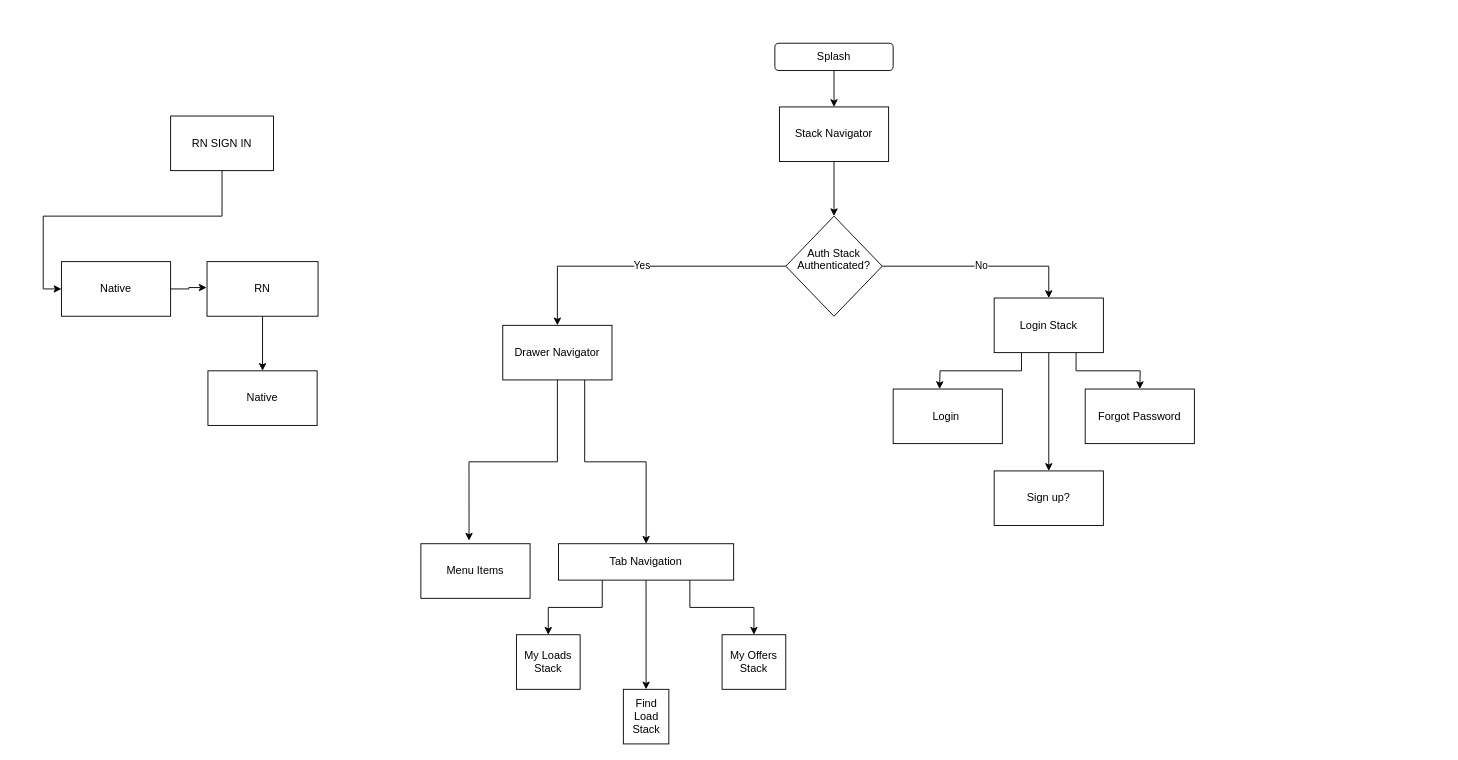
Above: navigation.drawio in beesnat-chr/navigation_diagram (draw.io), before the change. Source tidied: cells renumbered, new cells numbered last; positions are measured from the earlier drawing's top-left corner, leaving out a move shared by most shapes. Both pictures are drawn from the tidied source at 91%, with x=0, y=0 at pixel (61, 43).
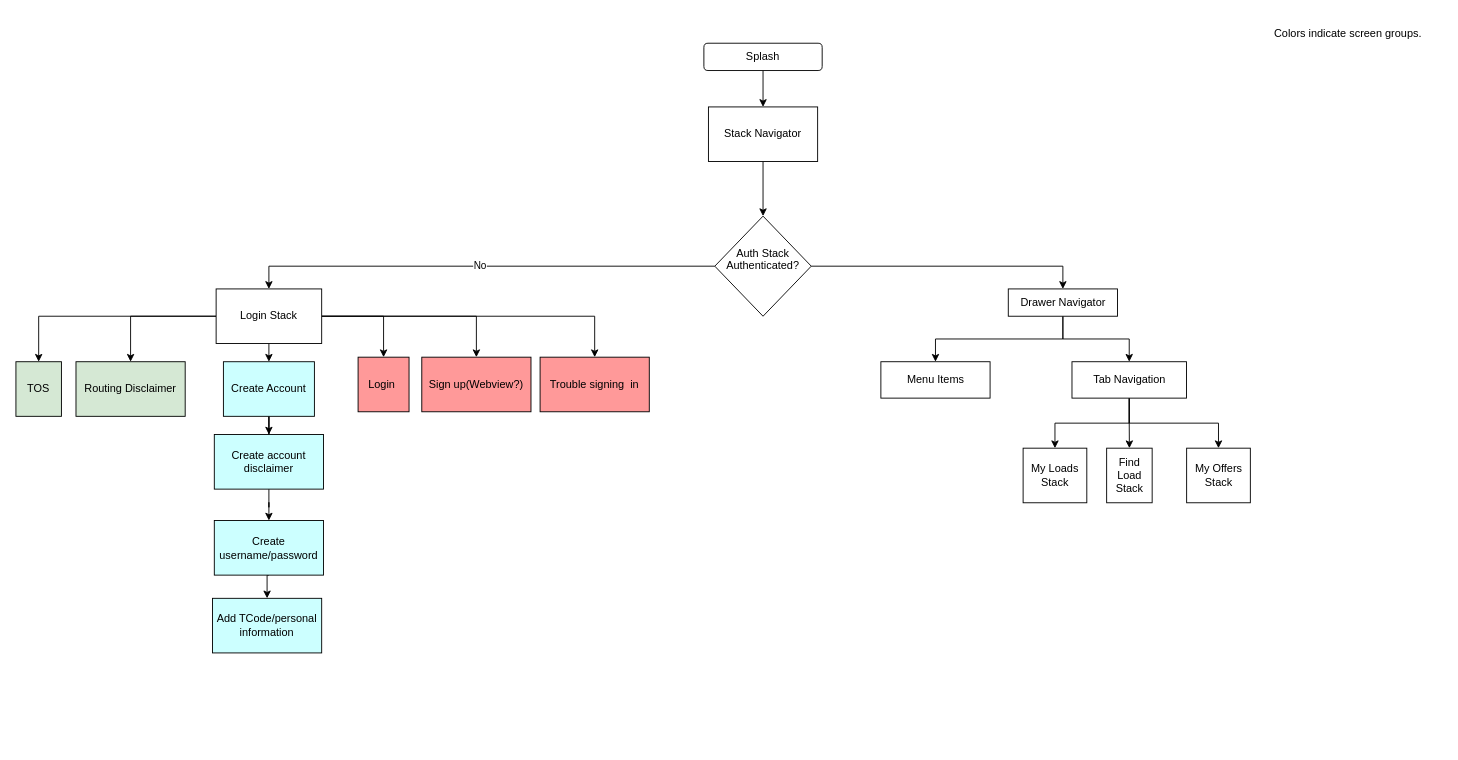
The same diagram, later.

Change to the diagram source:
```diff
@@
     <mxCell id="3" value="Stack Navigator" style="whiteSpace=wrap;html=1;" parent="1" vertex="1">
-      <mxGeometry x="789" y="70" width="120" height="60" as="geometry" />
+      <mxGeometry x="711" y="70" width="120" height="60" as="geometry" />
     </mxCell>
@@
     <mxCell id="5" value="Splash" style="rounded=1;whiteSpace=wrap;html=1;" parent="1" vertex="1">
-      <mxGeometry x="784" width="130" height="30" as="geometry" />
+      <mxGeometry x="706" width="130" height="30" as="geometry" />
     </mxCell>
+    <mxCell id="7" value="No" style="edgeStyle=orthogonalEdgeStyle;rounded=0;jettySize=auto;html=1;exitX=0;exitY=0.5;exitDx=0;exitDy=0;entryX=0.5;entryY=0;entryDx=0;entryDy=0;fontColor=#000000;strokeColor=#000;" parent="1" edge="1" source="8" target="23">
+      <mxGeometry relative="1" as="geometry" />
+    </mxCell>
-    <mxCell id="6" value="Yes" style="edgeStyle=orthogonalEdgeStyle;rounded=0;jettySize=auto;html=1;exitX=0;exitY=0.5;exitDx=0;exitDy=0;entryX=0.5;entryY=0;entryDx=0;entryDy=0;" parent="1" edge="1" source="8" target="11">
-      <mxGeometry relative="1" as="geometry">
-        <Array as="points">
-          <mxPoint x="545" y="245" />
-        </Array>
-      </mxGeometry>
+    <mxCell id="6" style="edgeStyle=orthogonalEdgeStyle;rounded=0;jettySize=auto;html=1;entryX=0.5;entryY=0;entryDx=0;entryDy=0;fontColor=#000000;strokeColor=#000;" parent="1" edge="1" source="8" target="11">
+      <mxGeometry relative="1" as="geometry" />
     </mxCell>
-    <mxCell id="7" value="No" style="edgeStyle=orthogonalEdgeStyle;rounded=0;jettySize=auto;html=1;exitX=1;exitY=0.5;exitDx=0;exitDy=0;entryX=0.5;entryY=0;entryDx=0;entryDy=0;" parent="1" edge="1" source="8" target="23">
-      <mxGeometry relative="1" as="geometry" />
-    </mxCell>
     <mxCell id="8" value="Auth Stack&lt;br&gt;Authenticated?&lt;br&gt;&amp;nbsp;" style="rhombus;whiteSpace=wrap;html=1;" parent="1" vertex="1">
-      <mxGeometry x="796" y="190" width="106" height="110" as="geometry" />
+      <mxGeometry x="718" y="190" width="106" height="110" as="geometry" />
     </mxCell>
+    <mxCell id="10" style="edgeStyle=orthogonalEdgeStyle;rounded=0;jettySize=auto;html=1;exitX=0.5;exitY=1;exitDx=0;exitDy=0;entryX=0.5;entryY=0;entryDx=0;entryDy=0;fontColor=#000000;strokeColor=#000;" parent="1" edge="1" source="11" target="15">
+      <mxGeometry relative="1" as="geometry" />
+    </mxCell>
-    <mxCell id="9" style="edgeStyle=orthogonalEdgeStyle;rounded=0;jettySize=auto;html=1;exitX=0.5;exitY=1;exitDx=0;exitDy=0;entryX=0.441;entryY=-0.056;entryDx=0;entryDy=0;entryPerimeter=0;" parent="1" edge="1" source="11" target="19">
+    <mxCell id="9" style="edgeStyle=orthogonalEdgeStyle;rounded=0;jettySize=auto;html=1;exitX=0.5;exitY=1;exitDx=0;exitDy=0;entryX=0.5;entryY=0;entryDx=0;entryDy=0;fontColor=#000000;strokeColor=#000;" parent="1" edge="1" source="11" target="19">
       <mxGeometry relative="1" as="geometry" />
     </mxCell>
-    <mxCell id="10" style="edgeStyle=orthogonalEdgeStyle;rounded=0;jettySize=auto;html=1;exitX=0.75;exitY=1;exitDx=0;exitDy=0;" parent="1" edge="1" source="11" target="15">
-      <mxGeometry relative="1" as="geometry" />
-    </mxCell>
     <mxCell id="11" value="Drawer Navigator" style="rounded=0;whiteSpace=wrap;html=1;" parent="1" vertex="1">
-      <mxGeometry x="485" y="310" width="120" height="60" as="geometry" />
+      <mxGeometry x="1040.5" y="270" width="120" height="30" as="geometry" />
     </mxCell>
+    <mxCell id="13" style="edgeStyle=orthogonalEdgeStyle;rounded=0;jettySize=auto;html=1;exitX=0.5;exitY=1;exitDx=0;exitDy=0;entryX=0.5;entryY=0;entryDx=0;entryDy=0;" parent="1" edge="1" source="15" target="17">
+      <mxGeometry relative="1" as="geometry" />
+    </mxCell>
-    <mxCell id="12" style="edgeStyle=orthogonalEdgeStyle;rounded=0;jettySize=auto;html=1;exitX=0.25;exitY=1;exitDx=0;exitDy=0;entryX=0.5;entryY=0;entryDx=0;entryDy=0;" parent="1" edge="1" source="15" target="16">
+    <mxCell id="12" style="edgeStyle=orthogonalEdgeStyle;rounded=0;jettySize=auto;html=1;exitX=0.5;exitY=1;exitDx=0;exitDy=0;entryX=0.5;entryY=0;entryDx=0;entryDy=0;fontColor=#000000;strokeColor=#000;" parent="1" edge="1" source="15" target="16">
       <mxGeometry relative="1" as="geometry" />
     </mxCell>
-    <mxCell id="13" style="edgeStyle=orthogonalEdgeStyle;rounded=0;jettySize=auto;html=1;exitX=0.5;exitY=1;exitDx=0;exitDy=0;entryX=0.5;entryY=0;entryDx=0;entryDy=0;" parent="1" edge="1" source="15" target="17">
-      <mxGeometry relative="1" as="geometry" />
-    </mxCell>
-    <mxCell id="14" style="edgeStyle=orthogonalEdgeStyle;rounded=0;jettySize=auto;html=1;exitX=0.75;exitY=1;exitDx=0;exitDy=0;entryX=0.5;entryY=0;entryDx=0;entryDy=0;" parent="1" edge="1" source="15" target="18">
+    <mxCell id="14" style="edgeStyle=orthogonalEdgeStyle;rounded=0;jettySize=auto;html=1;exitX=0.5;exitY=1;exitDx=0;exitDy=0;fontColor=#000000;strokeColor=#000;" parent="1" edge="1" source="15" target="18">
       <mxGeometry relative="1" as="geometry" />
     </mxCell>
     <mxCell id="15" value="Tab Navigation" style="rounded=0;whiteSpace=wrap;html=1;" parent="1" vertex="1">
-      <mxGeometry x="546.2" y="550" width="192.5" height="40" as="geometry" />
+      <mxGeometry x="1110.5" y="350" width="125.8" height="40" as="geometry" />
     </mxCell>
     <mxCell id="16" value="My Loads Stack" style="rounded=0;whiteSpace=wrap;html=1;" parent="1" vertex="1">
-      <mxGeometry x="500" y="650" width="70" height="60" as="geometry" />
+      <mxGeometry x="1056.8" y="445" width="70" height="60" as="geometry" />
     </mxCell>
     <mxCell id="17" value="Find Load Stack" style="rounded=0;whiteSpace=wrap;html=1;" parent="1" vertex="1">
-      <mxGeometry x="617.5" y="710" width="50" height="60" as="geometry" />
+      <mxGeometry x="1148.6" y="445" width="50" height="60" as="geometry" />
     </mxCell>
     <mxCell id="18" value="My Offers Stack" style="rounded=0;whiteSpace=wrap;html=1;" parent="1" vertex="1">
-      <mxGeometry x="726" y="650" width="70" height="60" as="geometry" />
+      <mxGeometry x="1236.5" y="445" width="70" height="60" as="geometry" />
     </mxCell>
     <mxCell id="19" value="Menu Items" style="rounded=0;whiteSpace=wrap;html=1;" parent="1" vertex="1">
-      <mxGeometry x="395" y="550" width="120" height="60" as="geometry" />
+      <mxGeometry x="900.5" y="350" width="120" height="40" as="geometry" />
     </mxCell>
-    <mxCell id="20" style="edgeStyle=orthogonalEdgeStyle;rounded=0;jettySize=auto;html=1;exitX=0.25;exitY=1;exitDx=0;exitDy=0;" parent="1" edge="1" source="23">
-      <mxGeometry relative="1" as="geometry">
-        <mxPoint x="965" y="380" as="targetPoint" />
-      </mxGeometry>
-    </mxCell>
-    <mxCell id="21" style="edgeStyle=orthogonalEdgeStyle;rounded=0;jettySize=auto;html=1;exitX=0.75;exitY=1;exitDx=0;exitDy=0;" parent="1" edge="1" source="23">
-      <mxGeometry relative="1" as="geometry">
-        <mxPoint x="1185" y="380" as="targetPoint" />
-      </mxGeometry>
-    </mxCell>
+    <mxCell id="34" style="edgeStyle=orthogonalEdgeStyle;rounded=0;jettySize=auto;html=1;exitX=0.5;exitY=1;exitDx=0;exitDy=0;entryX=0.5;entryY=0;entryDx=0;entryDy=0;strokeColor=#000;" parent="1" edge="1" source="23" target="42">
+      <mxGeometry relative="1" as="geometry" />
+    </mxCell>
-    <mxCell id="22" style="edgeStyle=orthogonalEdgeStyle;rounded=0;jettySize=auto;html=1;exitX=0.5;exitY=1;exitDx=0;exitDy=0;" parent="1" edge="1" source="23" target="26">
+    <mxCell id="22" style="edgeStyle=orthogonalEdgeStyle;rounded=0;jettySize=auto;html=1;exitX=1;exitY=0.5;exitDx=0;exitDy=0;entryX=0.5;entryY=0;entryDx=0;entryDy=0;strokeColor=#000;" parent="1" edge="1" source="23" target="26">
       <mxGeometry relative="1" as="geometry" />
     </mxCell>
+    <mxCell id="35" style="edgeStyle=orthogonalEdgeStyle;rounded=0;jettySize=auto;html=1;entryX=0.5;entryY=0;entryDx=0;entryDy=0;strokeColor=#000;" parent="1" edge="1" source="23" target="40">
+      <mxGeometry relative="1" as="geometry" />
+    </mxCell>
+    <mxCell id="36" style="edgeStyle=orthogonalEdgeStyle;rounded=0;jettySize=auto;html=1;entryX=0.5;entryY=0;entryDx=0;entryDy=0;strokeColor=#000;" parent="1" edge="1" source="23" target="24">
+      <mxGeometry relative="1" as="geometry" />
+    </mxCell>
+    <mxCell id="37" style="edgeStyle=orthogonalEdgeStyle;rounded=0;jettySize=auto;html=1;exitX=1;exitY=0.5;exitDx=0;exitDy=0;entryX=0.5;entryY=0;entryDx=0;entryDy=0;strokeColor=#000;" parent="1" edge="1" source="23" target="25">
+      <mxGeometry relative="1" as="geometry" />
+    </mxCell>
+    <mxCell id="38" style="edgeStyle=orthogonalEdgeStyle;rounded=0;jettySize=auto;html=1;exitX=0;exitY=0.5;exitDx=0;exitDy=0;entryX=0.5;entryY=0;entryDx=0;entryDy=0;fontColor=#000000;strokeColor=#000;" parent="1" edge="1" source="23" target="39">
+      <mxGeometry relative="1" as="geometry" />
+    </mxCell>
     <mxCell id="23" value="Login Stack" style="rounded=0;whiteSpace=wrap;html=1;" parent="1" vertex="1">
-      <mxGeometry x="1025" y="280" width="120" height="60" as="geometry" />
+      <mxGeometry x="170" y="270" width="116" height="60" as="geometry" />
     </mxCell>
-    <mxCell id="24" value="Login&amp;nbsp;" style="rounded=0;whiteSpace=wrap;html=1;" parent="1" vertex="1">
-      <mxGeometry x="914" y="380" width="120" height="60" as="geometry" />
+    <mxCell id="24" value="Login&amp;nbsp;" style="rounded=0;whiteSpace=wrap;html=1;fillColor=#FF9999;" parent="1" vertex="1">
+      <mxGeometry x="326" y="345" width="56" height="60" as="geometry" />
     </mxCell>
-    <mxCell id="25" value="Forgot Password" style="rounded=0;whiteSpace=wrap;html=1;" parent="1" vertex="1">
-      <mxGeometry x="1125" y="380" width="120" height="60" as="geometry" />
+    <mxCell id="25" value="Trouble signing &amp;nbsp;in" style="rounded=0;whiteSpace=wrap;html=1;fillColor=#FF9999;" parent="1" vertex="1">
+      <mxGeometry x="526" y="345" width="120" height="60" as="geometry" />
     </mxCell>
-    <mxCell id="26" value="Sign up?" style="rounded=0;whiteSpace=wrap;html=1;" parent="1" vertex="1">
-      <mxGeometry x="1025" y="470" width="120" height="60" as="geometry" />
+    <mxCell id="26" value="Sign up(Webview?)" style="rounded=0;whiteSpace=wrap;html=1;fillColor=#FF9999;" parent="1" vertex="1">
+      <mxGeometry x="396" y="345" width="120" height="60" as="geometry" />
     </mxCell>
-    <mxCell id="27" style="edgeStyle=orthogonalEdgeStyle;rounded=0;jettySize=auto;html=1;entryX=0;entryY=0.5;entryDx=0;entryDy=0;" parent="1" edge="1" source="28" target="30">
-      <mxGeometry relative="1" as="geometry" />
+    <mxCell id="27" style="edgeStyle=orthogonalEdgeStyle;rounded=0;orthogonalLoop=1;jettySize=auto;html=1;entryX=0;entryY=0.5;entryDx=0;entryDy=0;" parent="1" edge="1">
+      <mxGeometry relative="1" as="geometry">
+        <mxPoint x="176.5" y="140" as="sourcePoint" />
+      </mxGeometry>
     </mxCell>
-    <mxCell id="28" value="RN SIGN IN" style="rounded=0;whiteSpace=wrap;html=1;" parent="1" vertex="1">
-      <mxGeometry x="120" y="80" width="113" height="60" as="geometry" />
-    </mxCell>
-    <mxCell id="29" style="edgeStyle=orthogonalEdgeStyle;rounded=0;jettySize=auto;html=1;entryX=-0.004;entryY=0.475;entryDx=0;entryDy=0;entryPerimeter=0;" parent="1" edge="1" source="30" target="32">
-      <mxGeometry relative="1" as="geometry" />
-    </mxCell>
-    <mxCell id="30" value="Native" style="rounded=0;whiteSpace=wrap;html=1;" parent="1" vertex="1">
-      <mxGeometry y="240" width="120" height="60" as="geometry" />
-    </mxCell>
-    <mxCell id="31" style="edgeStyle=orthogonalEdgeStyle;rounded=0;jettySize=auto;html=1;" parent="1" edge="1" source="32" target="33">
-      <mxGeometry relative="1" as="geometry" />
-    </mxCell>
-    <mxCell id="32" value="RN" style="rounded=0;whiteSpace=wrap;html=1;" parent="1" vertex="1">
-      <mxGeometry x="160" y="240" width="122" height="60" as="geometry" />
-    </mxCell>
-    <mxCell id="33" value="Native" style="rounded=0;whiteSpace=wrap;html=1;" parent="1" vertex="1">
-      <mxGeometry x="161" y="360" width="120" height="60" as="geometry" />
-    </mxCell>
+    <mxCell id="39" value="TOS" style="rounded=0;whiteSpace=wrap;html=1;fillColor=#D5E8D4;" parent="1" vertex="1">
+      <mxGeometry x="-50" y="350" width="50" height="60" as="geometry" />
+    </mxCell>
+    <mxCell id="40" value="Routing Disclaimer" style="rounded=0;whiteSpace=wrap;html=1;fillColor=#D5E8D4;" parent="1" vertex="1">
+      <mxGeometry x="16" y="350" width="120" height="60" as="geometry" />
+    </mxCell>
+    <mxCell id="41" style="edgeStyle=orthogonalEdgeStyle;rounded=0;jettySize=auto;html=1;exitX=0.5;exitY=1;exitDx=0;exitDy=0;fontColor=#000000;strokeColor=#000;" parent="1" edge="1" source="42" target="44">
+      <mxGeometry relative="1" as="geometry" />
+    </mxCell>
+    <mxCell id="42" value="Create Account" style="rounded=0;whiteSpace=wrap;html=1;fillColor=#CCFFFF;" parent="1" vertex="1">
+      <mxGeometry x="178" y="350" width="100" height="60" as="geometry" />
+    </mxCell>
+    <mxCell id="43" style="edgeStyle=orthogonalEdgeStyle;rounded=0;jettySize=auto;html=1;exitX=0.5;exitY=1;exitDx=0;exitDy=0;fontColor=#000000;strokeColor=#000;" parent="1" edge="1" source="44" target="46">
+      <mxGeometry relative="1" as="geometry" />
+    </mxCell>
+    <mxCell id="44" value="Create account disclaimer" style="rounded=0;whiteSpace=wrap;html=1;fillColor=#CCFFFF;" parent="1" vertex="1">
+      <mxGeometry x="168" y="430" width="120" height="60" as="geometry" />
+    </mxCell>
+    <mxCell id="45" style="edgeStyle=orthogonalEdgeStyle;rounded=0;jettySize=auto;html=1;exitX=0.5;exitY=1;exitDx=0;exitDy=0;entryX=0.5;entryY=0;entryDx=0;entryDy=0;fontColor=#000000;strokeColor=#000;" parent="1" edge="1" source="46" target="47">
+      <mxGeometry relative="1" as="geometry" />
+    </mxCell>
+    <mxCell id="46" value="Create username/password" style="rounded=0;whiteSpace=wrap;html=1;fillColor=#CCFFFF;" parent="1" vertex="1">
+      <mxGeometry x="168" y="524.5" width="120" height="60" as="geometry" />
+    </mxCell>
+    <mxCell id="47" value="Add TCode/personal information" style="rounded=0;whiteSpace=wrap;html=1;fillColor=#CCFFFF;" parent="1" vertex="1">
+      <mxGeometry x="166" y="610" width="120" height="60" as="geometry" />
+    </mxCell>
+    <mxCell id="48" value="&lt;font color=&quot;#000000&quot;&gt;Colors indicate&amp;nbsp;screen groups.&lt;/font&gt;" style="text;html=1;strokeColor=none;fillColor=#FFFFFF;align=center;verticalAlign=middle;whiteSpace=wrap;rounded=0;fontColor=#fff;gradientColor=none;" parent="1" vertex="1">
+      <mxGeometry x="1311" y="-30" width="206" height="40" as="geometry" />
+    </mxCell>
```
